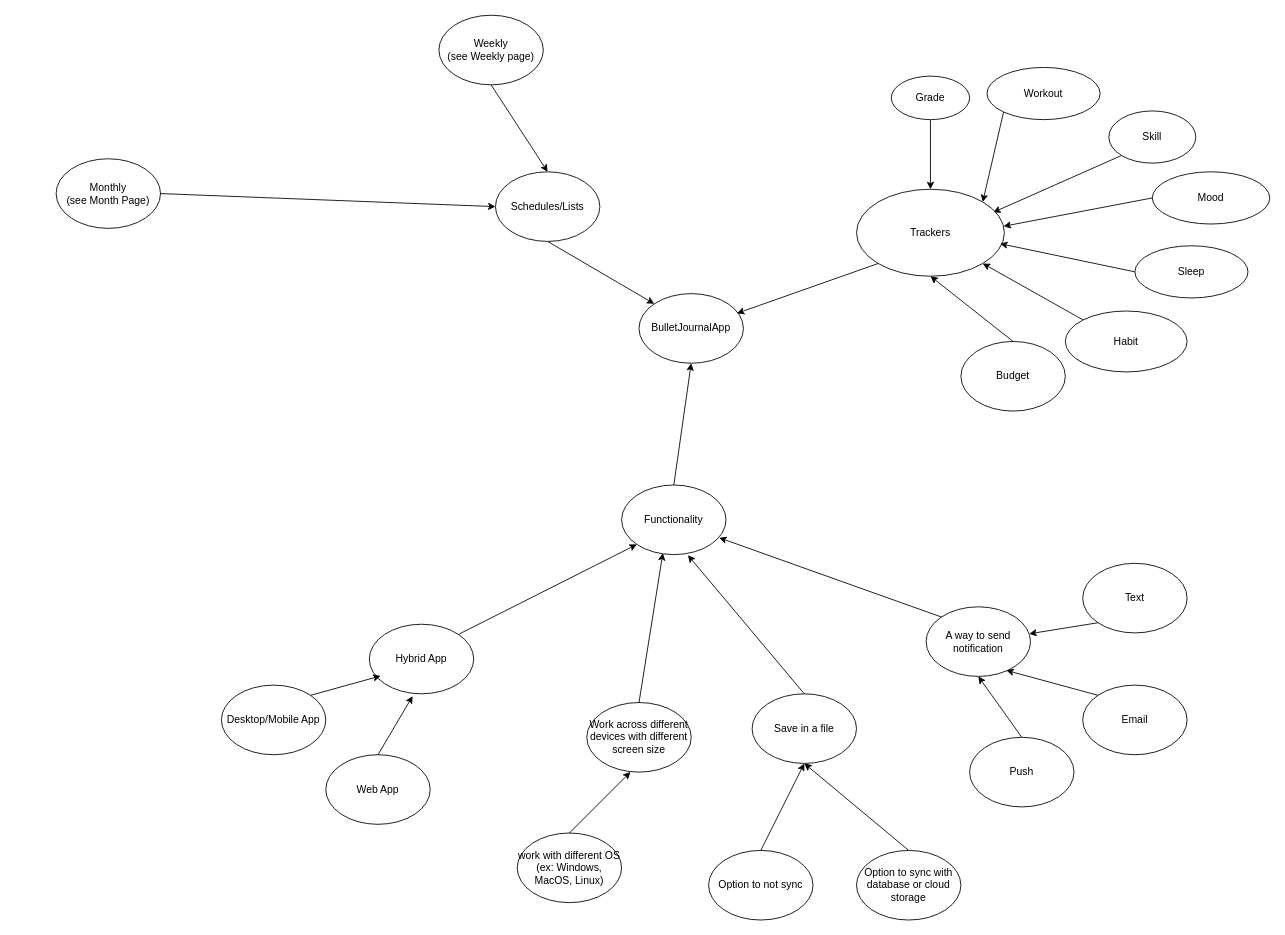
Before: page "Full Ideas" (1 of 3) of Diagrams/BulletJournalAppIdeas.drawio in MagShadowLight/BulletJournalApp, a draw.io diagram. Source tidied: cells renumbered, new cells numbered last; positions are measured from the earlier drawing's top-left corner, leaving out a move shared by most shapes. Both pictures are drawn from the tidied source at 87%, with x=0, y=0 at pixel (21, 15).
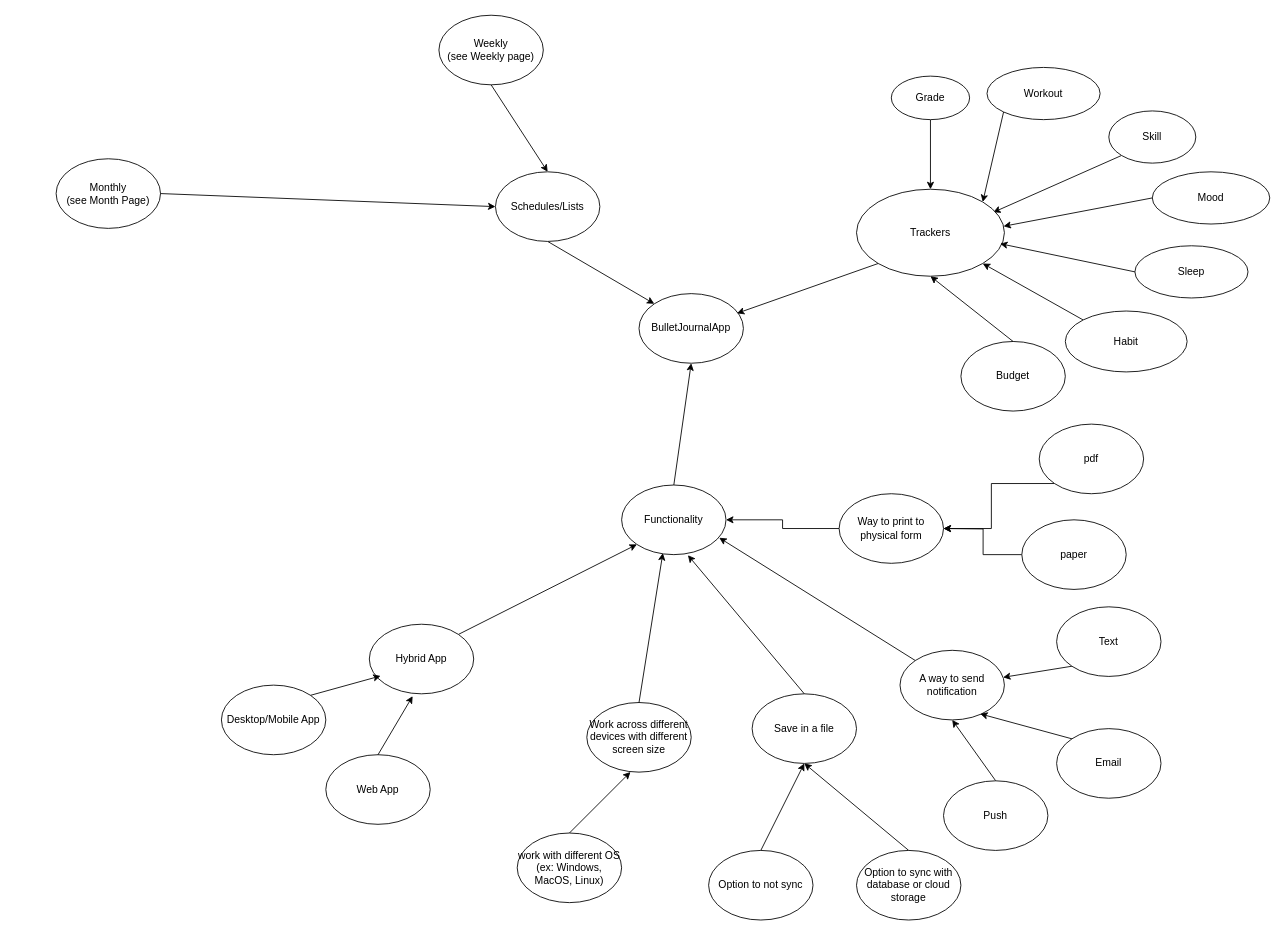
The same diagram, later.

Commit message (it also covers changes not shown here):
Fixed the console message dupe bug in ChangePriority method

The change refers to these unchanged cells:
```xml
<mxCell id="31" value="Functionality" style="ellipse;whiteSpace=wrap;html=1;" parent="1" vertex="1">
  <mxGeometry x="690" y="540" width="120" height="80" as="geometry" />
</mxCell>
```

Change to the diagram source:
```diff
@@
     <mxCell id="18" value="A way to send notification" style="ellipse;whiteSpace=wrap;html=1;" parent="1" vertex="1">
-      <mxGeometry x="1040" y="680" width="120" height="80" as="geometry" />
+      <mxGeometry x="1010" y="730" width="120" height="80" as="geometry" />
     </mxCell>
@@
     <mxCell id="44" value="Text" style="ellipse;whiteSpace=wrap;html=1;" parent="1" vertex="1">
-      <mxGeometry x="1220" y="630" width="120" height="80" as="geometry" />
+      <mxGeometry x="1190" y="680" width="120" height="80" as="geometry" />
     </mxCell>
     <mxCell id="45" value="Email" style="ellipse;whiteSpace=wrap;html=1;" parent="1" vertex="1">
-      <mxGeometry x="1220" y="770" width="120" height="80" as="geometry" />
+      <mxGeometry x="1190" y="820" width="120" height="80" as="geometry" />
     </mxCell>
@@
     <mxCell id="47" value="Push" style="ellipse;whiteSpace=wrap;html=1;" parent="1" vertex="1">
-      <mxGeometry x="1090" y="830" width="120" height="80" as="geometry" />
+      <mxGeometry x="1060" y="880" width="120" height="80" as="geometry" />
     </mxCell>
@@
+    <mxCell id="52" style="edgeStyle=orthogonalEdgeStyle;rounded=0;jettySize=auto;html=1;exitX=0;exitY=0.5;exitDx=0;exitDy=0;" parent="1" edge="1" source="53">
+      <mxGeometry relative="1" as="geometry">
+        <mxPoint x="1060" y="590" as="targetPoint" />
+      </mxGeometry>
+    </mxCell>
+    <mxCell id="53" value="paper" style="ellipse;whiteSpace=wrap;html=1;" parent="1" vertex="1">
+      <mxGeometry x="1150" y="580" width="120" height="80" as="geometry" />
+    </mxCell>
+    <mxCell id="54" style="edgeStyle=orthogonalEdgeStyle;rounded=0;jettySize=auto;html=1;exitX=0;exitY=1;exitDx=0;exitDy=0;" parent="1" edge="1" source="55" target="57">
+      <mxGeometry relative="1" as="geometry" />
+    </mxCell>
+    <mxCell id="55" value="pdf" style="ellipse;whiteSpace=wrap;html=1;" parent="1" vertex="1">
+      <mxGeometry x="1170" y="470" width="120" height="80" as="geometry" />
+    </mxCell>
+    <mxCell id="56" style="edgeStyle=orthogonalEdgeStyle;rounded=0;jettySize=auto;html=1;exitX=0;exitY=0.5;exitDx=0;exitDy=0;entryX=1;entryY=0.5;entryDx=0;entryDy=0;" parent="1" edge="1" source="57" target="31">
+      <mxGeometry relative="1" as="geometry" />
+    </mxCell>
+    <mxCell id="57" value="Way to print to physical form" style="ellipse;whiteSpace=wrap;html=1;" parent="1" vertex="1">
+      <mxGeometry x="940" y="550" width="120" height="80" as="geometry" />
+    </mxCell>
```
